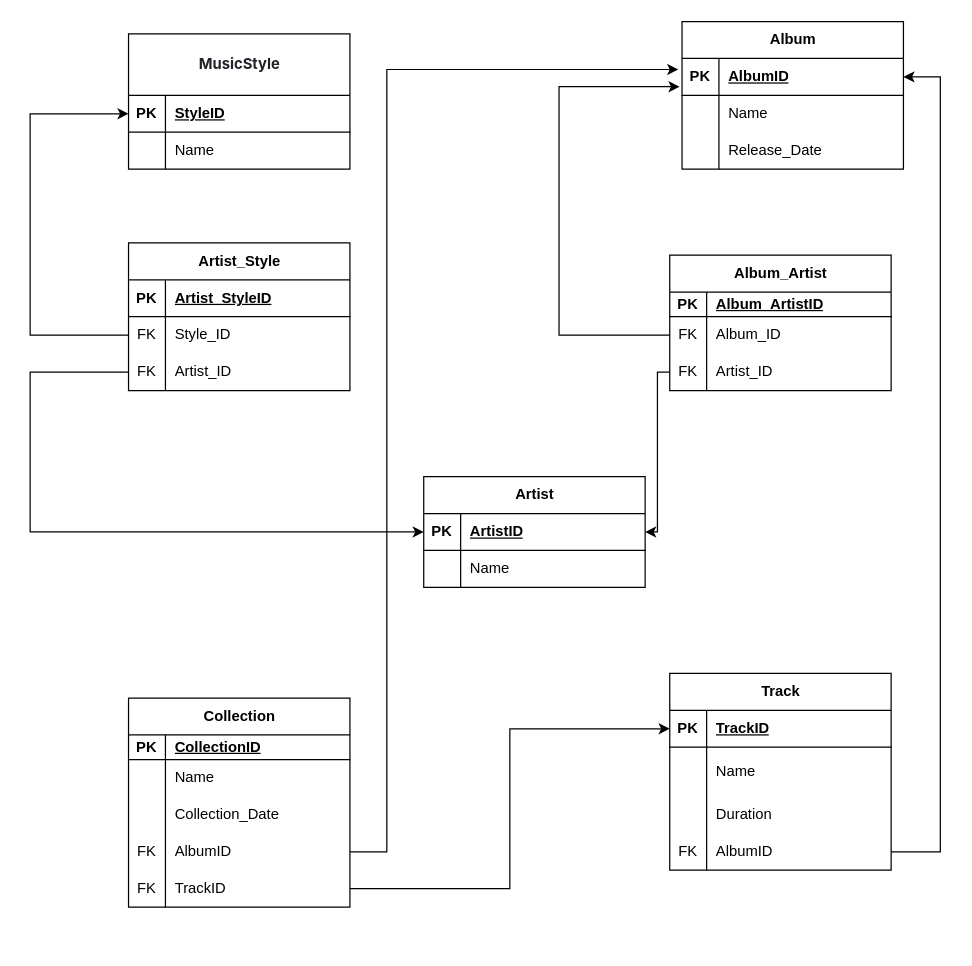
Maxick72/DB_for_python keeps this draw.io diagram as Диаграмма без названия.drawio. Above is the earlier version. Source tidied: cells renumbered, new cells numbered last; positions are measured from the earlier drawing's top-left corner, leaving out a move shared by most shapes. Both pictures are drawn from the tidied source at 123%, with x=0, y=0 at pixel (30, 21).
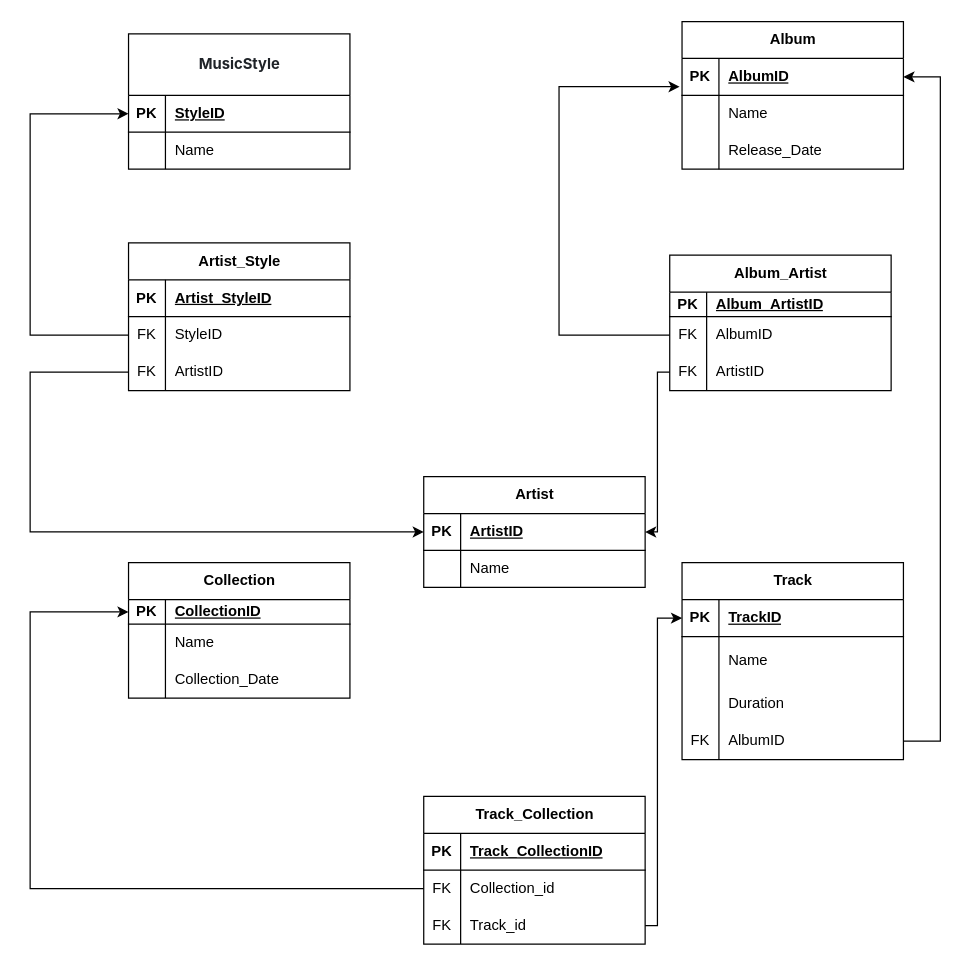
The same diagram, later.

Commit message (it also covers changes not shown here):
full modification homework #2 PNG and drawio

The change refers to these unchanged cells:
```xml
<mxCell id="17" style="shape=tableRow;horizontal=0;startSize=0;swimlaneHead=0;swimlaneBody=0;fillColor=none;points=[[0,0.5],[1,0.5]];portConstraint=eastwest;top=0;left=0;right=0;bottom=1;" parent="16" vertex="1">
  <mxGeometry y="30" width="180" height="30" as="geometry" />
</mxCell>
<mxCell id="27" style="shape=tableRow;horizontal=0;startSize=0;swimlaneHead=0;swimlaneBody=0;fillColor=none;points=[[0,0.5],[1,0.5]];portConstraint=eastwest;top=0;left=0;right=0;bottom=1;" parent="26" vertex="1">
  <mxGeometry y="30" width="180" height="30" as="geometry" />
</mxCell>
<mxCell id="36" style="shape=tableRow;horizontal=0;startSize=0;swimlaneHead=0;swimlaneBody=0;fillColor=none;points=[[0,0.5],[1,0.5]];portConstraint=eastwest;top=0;left=0;right=0;bottom=0;" parent="26" vertex="1">
  <mxGeometry y="130" width="180" height="30" as="geometry" />
</mxCell>
<mxCell id="40" style="shape=tableRow;horizontal=0;startSize=0;swimlaneHead=0;swimlaneBody=0;fillColor=none;points=[[0,0.5],[1,0.5]];portConstraint=eastwest;top=0;left=0;right=0;bottom=1;" parent="39" vertex="1">
  <mxGeometry y="30" width="180" height="20" as="geometry" />
</mxCell>
<mxCell id="59" style="shape=tableRow;horizontal=0;startSize=0;swimlaneHead=0;swimlaneBody=0;fillColor=none;points=[[0,0.5],[1,0.5]];portConstraint=eastwest;top=0;left=0;right=0;bottom=0;" parent="55" vertex="1">
  <mxGeometry y="60" width="180" height="30" as="geometry" />
</mxCell>
<mxCell id="62" style="shape=tableRow;horizontal=0;startSize=0;swimlaneHead=0;swimlaneBody=0;fillColor=none;points=[[0,0.5],[1,0.5]];portConstraint=eastwest;top=0;left=0;right=0;bottom=0;" parent="55" vertex="1">
  <mxGeometry y="90" width="180" height="30" as="geometry" />
</mxCell>
<mxCell id="69" style="shape=tableRow;horizontal=0;startSize=0;swimlaneHead=0;swimlaneBody=0;fillColor=none;points=[[0,0.5],[1,0.5]];portConstraint=eastwest;top=0;left=0;right=0;bottom=0;" parent="65" vertex="1">
  <mxGeometry y="50" width="180" height="30" as="geometry" />
</mxCell>
<mxCell id="72" style="shape=tableRow;horizontal=0;startSize=0;swimlaneHead=0;swimlaneBody=0;fillColor=none;points=[[0,0.5],[1,0.5]];portConstraint=eastwest;top=0;left=0;right=0;bottom=0;" parent="65" vertex="1">
  <mxGeometry y="80" width="180" height="30" as="geometry" />
</mxCell>
```

Change to the diagram source:
```diff
@@
     <mxCell id="26" value="Track" style="shape=table;startSize=30;childLayout=tableLayout;rowLines=0;fontStyle=1;align=center;html=1;" parent="1" vertex="1">
-      <mxGeometry x="520" y="530" width="180" height="160" as="geometry" />
+      <mxGeometry x="530" y="440" width="180" height="160" as="geometry" />
     </mxCell>
@@
     <mxCell id="39" value="Collection" style="shape=table;startSize=30;childLayout=tableLayout;rowLines=0;fontStyle=1;align=center;html=1;" parent="1" vertex="1">
-      <mxGeometry x="80" y="550" width="180" height="170" as="geometry" />
+      <mxGeometry x="80" y="440" width="180" height="110" as="geometry" />
     </mxCell>
@@
-    <mxCell id="49" style="shape=tableRow;horizontal=0;startSize=0;swimlaneHead=0;swimlaneBody=0;fillColor=none;points=[[0,0.5],[1,0.5]];portConstraint=eastwest;top=0;left=0;right=0;bottom=0;" parent="39" vertex="1">
-      <mxGeometry y="110" width="180" height="30" as="geometry" />
-    </mxCell>
-    <mxCell id="50" value="FK" style="shape=partialRectangle;fillColor=none;top=0;left=0;bottom=0;right=0;overflow=hidden;whiteSpace=wrap;html=1;" parent="49" vertex="1">
-      <mxGeometry width="30" height="30" as="geometry" />
-    </mxCell>
-    <mxCell id="51" value="AlbumID" style="shape=partialRectangle;fillColor=none;top=0;left=0;bottom=0;right=0;align=left;spacingLeft=6;overflow=hidden;whiteSpace=wrap;html=1;" parent="49" vertex="1">
-      <mxGeometry x="30" width="150" height="30" as="geometry" />
-    </mxCell>
-    <mxCell id="52" style="shape=tableRow;horizontal=0;startSize=0;swimlaneHead=0;swimlaneBody=0;fillColor=none;points=[[0,0.5],[1,0.5]];portConstraint=eastwest;top=0;left=0;right=0;bottom=0;" parent="39" vertex="1">
-      <mxGeometry y="140" width="180" height="30" as="geometry" />
-    </mxCell>
-    <mxCell id="53" value="FK" style="shape=partialRectangle;fillColor=none;top=0;left=0;bottom=0;right=0;overflow=hidden;whiteSpace=wrap;html=1;" parent="52" vertex="1">
-      <mxGeometry width="30" height="30" as="geometry" />
-    </mxCell>
-    <mxCell id="54" value="TrackID" style="shape=partialRectangle;fillColor=none;top=0;left=0;bottom=0;right=0;align=left;spacingLeft=6;overflow=hidden;whiteSpace=wrap;html=1;" parent="52" vertex="1">
-      <mxGeometry x="30" width="150" height="30" as="geometry" />
-    </mxCell>
@@
-    <mxCell id="61" value="Style_ID&amp;nbsp;" style="shape=partialRectangle;fillColor=none;top=0;left=0;bottom=0;right=0;align=left;spacingLeft=6;overflow=hidden;whiteSpace=wrap;html=1;" parent="59" vertex="1">
+    <mxCell id="61" value="StyleID&amp;nbsp;" style="shape=partialRectangle;fillColor=none;top=0;left=0;bottom=0;right=0;align=left;spacingLeft=6;overflow=hidden;whiteSpace=wrap;html=1;" parent="59" vertex="1">
       <mxGeometry x="30" width="150" height="30" as="geometry" />
     </mxCell>
@@
-    <mxCell id="64" value="Artist_ID" style="shape=partialRectangle;fillColor=none;top=0;left=0;bottom=0;right=0;align=left;spacingLeft=6;overflow=hidden;whiteSpace=wrap;html=1;" parent="62" vertex="1">
+    <mxCell id="64" value="ArtistID" style="shape=partialRectangle;fillColor=none;top=0;left=0;bottom=0;right=0;align=left;spacingLeft=6;overflow=hidden;whiteSpace=wrap;html=1;" parent="62" vertex="1">
       <mxGeometry x="30" width="150" height="30" as="geometry" />
     </mxCell>
@@
-    <mxCell id="71" value="Album_ID" style="shape=partialRectangle;fillColor=none;top=0;left=0;bottom=0;right=0;align=left;spacingLeft=6;overflow=hidden;whiteSpace=wrap;html=1;" parent="69" vertex="1">
+    <mxCell id="71" value="AlbumID" style="shape=partialRectangle;fillColor=none;top=0;left=0;bottom=0;right=0;align=left;spacingLeft=6;overflow=hidden;whiteSpace=wrap;html=1;" parent="69" vertex="1">
       <mxGeometry x="30" width="150" height="30" as="geometry" />
     </mxCell>
@@
-    <mxCell id="74" value="Artist_ID" style="shape=partialRectangle;fillColor=none;top=0;left=0;bottom=0;right=0;align=left;spacingLeft=6;overflow=hidden;whiteSpace=wrap;html=1;" parent="72" vertex="1">
+    <mxCell id="74" value="ArtistID" style="shape=partialRectangle;fillColor=none;top=0;left=0;bottom=0;right=0;align=left;spacingLeft=6;overflow=hidden;whiteSpace=wrap;html=1;" parent="72" vertex="1">
       <mxGeometry x="30" width="150" height="30" as="geometry" />
     </mxCell>
@@
-    <mxCell id="79" style="edgeStyle=orthogonalEdgeStyle;rounded=0;jettySize=auto;html=1;entryX=1;entryY=0.5;entryDx=0;entryDy=0;" parent="1" edge="1" source="36" target="17">
+    <mxCell id="79" style="edgeStyle=orthogonalEdgeStyle;rounded=0;jettySize=auto;html=1;entryX=1;entryY=0.5;entryDx=0;entryDy=0;exitX=1;exitY=0.5;exitDx=0;exitDy=0;" parent="1" edge="1" source="36" target="17">
       <mxGeometry relative="1" as="geometry">
         <Array as="points">
-          <mxPoint x="740" y="675" />
+          <mxPoint x="740" y="585" />
           <mxPoint x="740" y="45" />
         </Array>
       </mxGeometry>
     </mxCell>
-    <mxCell id="80" style="edgeStyle=orthogonalEdgeStyle;rounded=0;jettySize=auto;html=1;entryX=-0.017;entryY=0.3;entryDx=0;entryDy=0;entryPerimeter=0;" parent="1" edge="1" source="49" target="17">
-      <mxGeometry relative="1" as="geometry">
-        <Array as="points">
-          <mxPoint x="290" y="675" />
-          <mxPoint x="290" y="39" />
-        </Array>
-      </mxGeometry>
-    </mxCell>
-    <mxCell id="81" style="edgeStyle=orthogonalEdgeStyle;rounded=0;jettySize=auto;html=1;entryX=0;entryY=0.5;entryDx=0;entryDy=0;" parent="1" edge="1" source="52" target="27">
-      <mxGeometry relative="1" as="geometry" />
-    </mxCell>
+    <mxCell id="82" value="Track_Collection" style="shape=table;startSize=30;childLayout=tableLayout;rowLines=0;fontStyle=1;align=center;html=1;" parent="1" vertex="1">
+      <mxGeometry x="320" y="630" width="180" height="120" as="geometry" />
+    </mxCell>
+    <mxCell id="83" style="shape=tableRow;horizontal=0;startSize=0;swimlaneHead=0;swimlaneBody=0;fillColor=none;top=0;left=0;right=0;bottom=1;" parent="82" vertex="1">
+      <mxGeometry y="30" width="180" height="30" as="geometry" />
+    </mxCell>
+    <mxCell id="84" value="PK" style="shape=partialRectangle;fillColor=none;top=0;left=0;bottom=0;right=0;fontStyle=1;overflow=hidden;whiteSpace=wrap;html=1;" parent="83" vertex="1">
+      <mxGeometry width="30" height="30" as="geometry" />
+    </mxCell>
+    <mxCell id="85" value="&lt;span style=&quot;text-align: center; text-wrap-mode: nowrap;&quot;&gt;Track_CollectionID&lt;/span&gt;" style="shape=partialRectangle;fillColor=none;top=0;left=0;bottom=0;right=0;align=left;spacingLeft=6;fontStyle=5;overflow=hidden;whiteSpace=wrap;html=1;" parent="83" vertex="1">
+      <mxGeometry x="30" width="150" height="30" as="geometry" />
+    </mxCell>
+    <mxCell id="86" style="shape=tableRow;horizontal=0;startSize=0;swimlaneHead=0;swimlaneBody=0;fillColor=none;points=[[0,0.5],[1,0.5]];portConstraint=eastwest;top=0;left=0;right=0;bottom=0;" parent="82" vertex="1">
+      <mxGeometry y="60" width="180" height="30" as="geometry" />
+    </mxCell>
+    <mxCell id="87" value="FK" style="shape=partialRectangle;fillColor=none;top=0;left=0;bottom=0;right=0;overflow=hidden;whiteSpace=wrap;html=1;" parent="86" vertex="1">
+      <mxGeometry width="30" height="30" as="geometry" />
+    </mxCell>
+    <mxCell id="88" value="Collection_id" style="shape=partialRectangle;fillColor=none;top=0;left=0;bottom=0;right=0;align=left;spacingLeft=6;overflow=hidden;whiteSpace=wrap;html=1;" parent="86" vertex="1">
+      <mxGeometry x="30" width="150" height="30" as="geometry" />
+    </mxCell>
+    <mxCell id="89" style="shape=tableRow;horizontal=0;startSize=0;swimlaneHead=0;swimlaneBody=0;fillColor=none;points=[[0,0.5],[1,0.5]];portConstraint=eastwest;top=0;left=0;right=0;bottom=0;" parent="82" vertex="1">
+      <mxGeometry y="90" width="180" height="30" as="geometry" />
+    </mxCell>
+    <mxCell id="90" value="FK" style="shape=partialRectangle;fillColor=none;top=0;left=0;bottom=0;right=0;overflow=hidden;whiteSpace=wrap;html=1;" parent="89" vertex="1">
+      <mxGeometry width="30" height="30" as="geometry" />
+    </mxCell>
+    <mxCell id="91" value="Track_id" style="shape=partialRectangle;fillColor=none;top=0;left=0;bottom=0;right=0;align=left;spacingLeft=6;overflow=hidden;whiteSpace=wrap;html=1;" parent="89" vertex="1">
+      <mxGeometry x="30" width="150" height="30" as="geometry" />
+    </mxCell>
+    <mxCell id="92" style="edgeStyle=orthogonalEdgeStyle;rounded=0;jettySize=auto;html=1;entryX=0;entryY=0.5;entryDx=0;entryDy=0;" parent="1" edge="1" source="86" target="40">
+      <mxGeometry relative="1" as="geometry">
+        <Array as="points">
+          <mxPoint y="705" />
+          <mxPoint y="480" />
+        </Array>
+      </mxGeometry>
+    </mxCell>
+    <mxCell id="93" style="edgeStyle=orthogonalEdgeStyle;rounded=0;jettySize=auto;html=1;entryX=0;entryY=0.5;entryDx=0;entryDy=0;" parent="1" edge="1" source="89" target="27">
+      <mxGeometry relative="1" as="geometry">
+        <Array as="points">
+          <mxPoint x="510" y="735" />
+          <mxPoint x="510" y="485" />
+        </Array>
+      </mxGeometry>
+    </mxCell>
```
